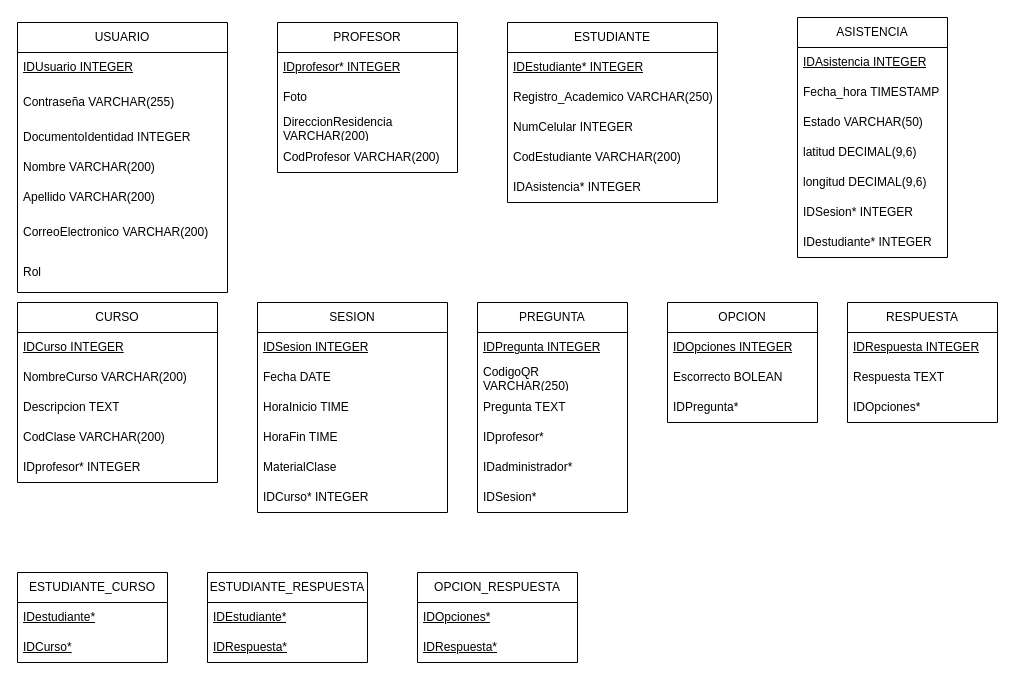
This is Attenzio Esquema Relacional_02.drawio from 18luisc/Attenzio, a draw.io file, before an edit. Source tidied: cells renumbered, new cells numbered last; positions are measured from the earlier drawing's top-left corner, leaving out a move shared by most shapes. Both pictures are drawn from the tidied source at 100%, with x=0, y=0 at pixel (17, 17).
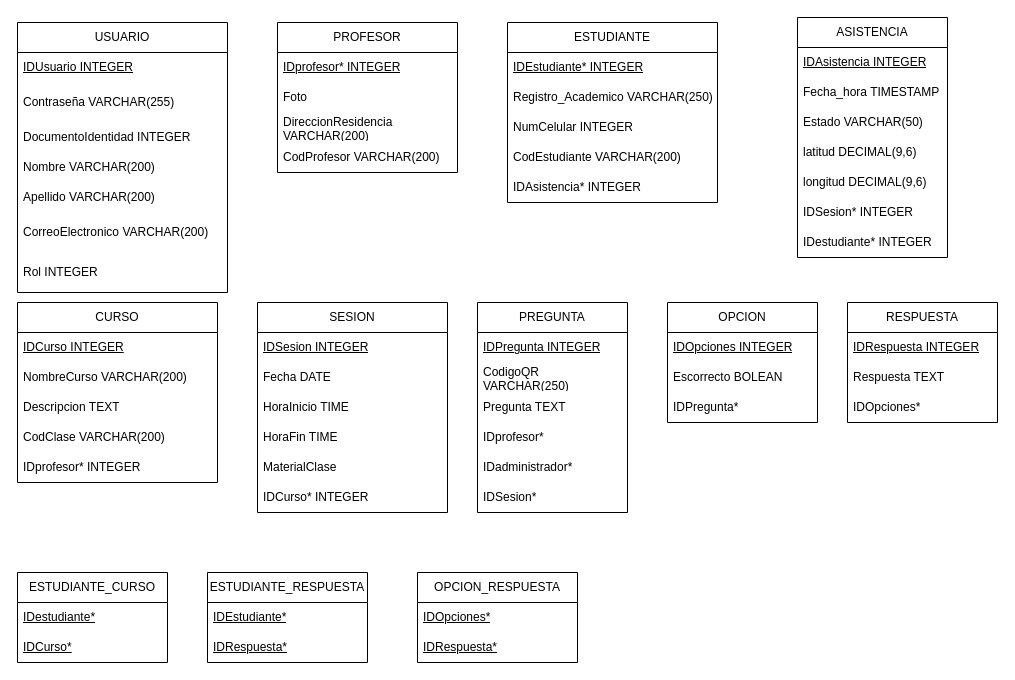
Above is the later version.

Commit message:
Corrección atributo Rol

Unchanged cells that the change refers to:
```xml
<mxCell id="2" value="USUARIO" style="swimlane;fontStyle=0;horizontal=1;startSize=30;whiteSpace=wrap;html=1;" parent="1" vertex="1">
  <mxGeometry y="5" width="210" height="270" as="geometry" />
</mxCell>
```

Diff of the diagram source:
```diff
@@
-    <mxCell id="9" value="Rol" style="text;strokeColor=none;fillColor=none;align=left;verticalAlign=middle;spacingLeft=4;spacingRight=4;overflow=hidden;whiteSpace=wrap;html=1;" parent="2" vertex="1">
+    <mxCell id="9" value="Rol INTEGER" style="text;strokeColor=none;fillColor=none;align=left;verticalAlign=middle;spacingLeft=4;spacingRight=4;overflow=hidden;whiteSpace=wrap;html=1;" parent="2" vertex="1">
       <mxGeometry y="230" width="210" height="40" as="geometry" />
     </mxCell>
```
